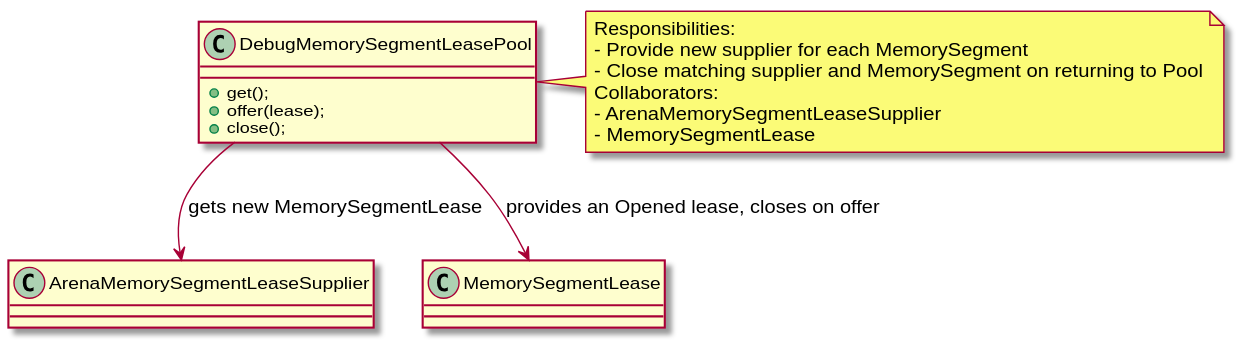
The PlantUML diagram docs/issue-11/doxygen/inline_umlgraph_7.svg in eemhu/buf_01, before a commit.
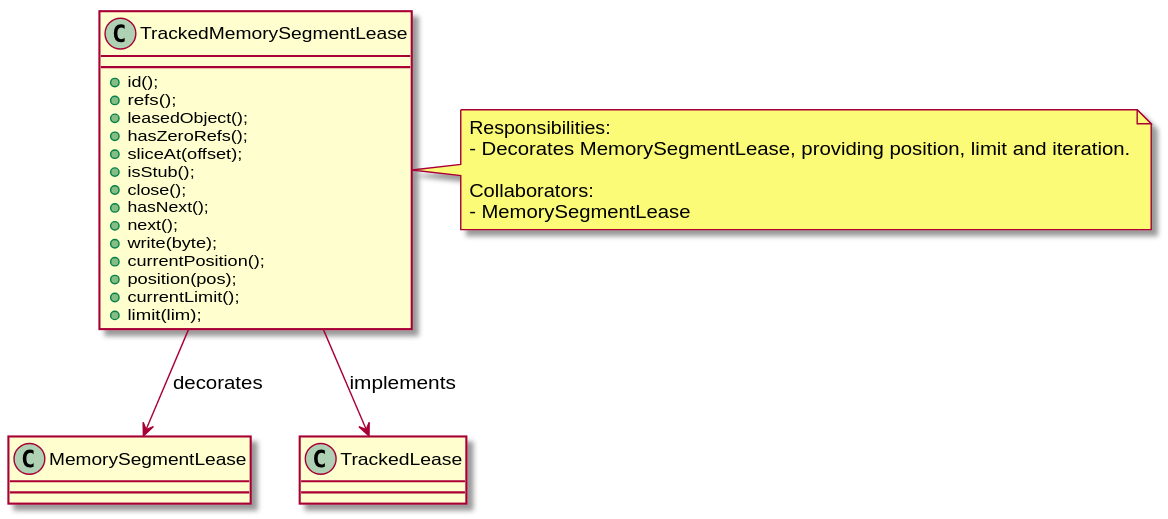
Above is the later version.

Diff of the diagram source:
```diff
@@ -1,17 +1,29 @@
 @startuml inline_umlgraph_7.svg
-class DebugMemorySegmentLeasePool {
-+ get();
-+ offer(lease);
+class TrackedMemorySegmentLease {
++ id();
++ refs();
++ leasedObject();
++ hasZeroRefs();
++ sliceAt(offset);
++ isStub();
 + close();
++ hasNext();
++ next();
++ write(byte);
++ currentPosition();
++ position(pos);
++ currentLimit();
++ limit(lim);
 }
-DebugMemorySegmentLeasePool --> ArenaMemorySegmentLeaseSupplier : gets new MemorySegmentLease
-DebugMemorySegmentLeasePool --> MemorySegmentLease : provides an Opened lease, closes on offer
-note right of DebugMemorySegmentLeasePool
+
+TrackedMemorySegmentLease --> MemorySegmentLease : decorates
+TrackedMemorySegmentLease --> TrackedLease : implements
+
+note right of TrackedMemorySegmentLease
 Responsibilities:
-- Provide new supplier for each MemorySegment
-- Close matching supplier and MemorySegment on returning to Pool
+- Decorates MemorySegmentLease, providing position, limit and iteration.
+
 Collaborators:
-- ArenaMemorySegmentLeaseSupplier
 - MemorySegmentLease
 end note
 @enduml
```
